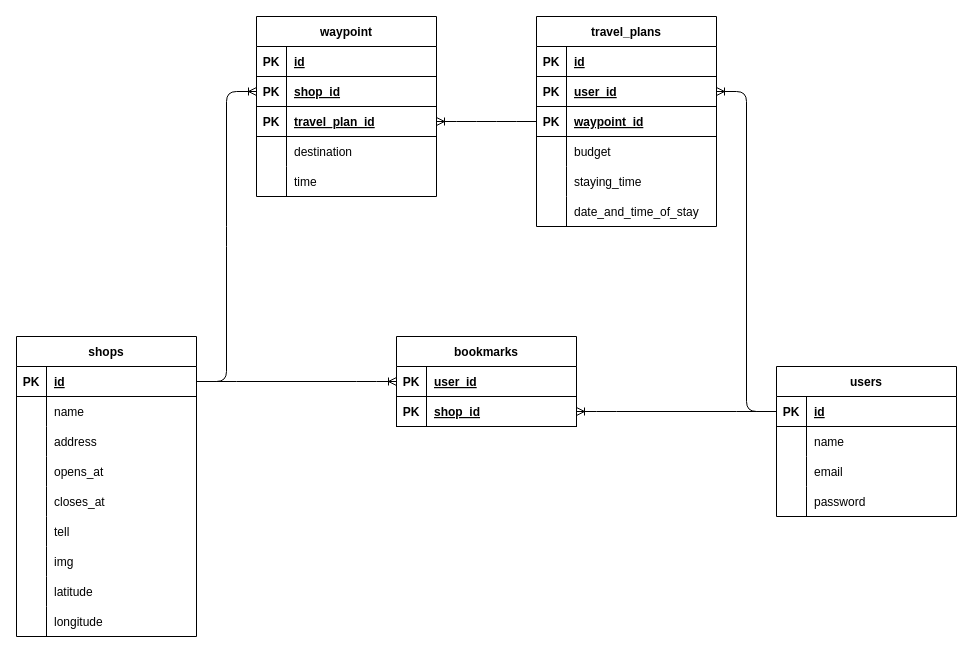
Above: cafe.drawio in vantan-production/25AutumnTechJam (draw.io), before the change. Source tidied: cells renumbered, new cells numbered last; positions are measured from the earlier drawing's top-left corner, leaving out a move shared by most shapes. Both pictures are drawn from the tidied source at 100%, with x=0, y=0 at pixel (16, 16).
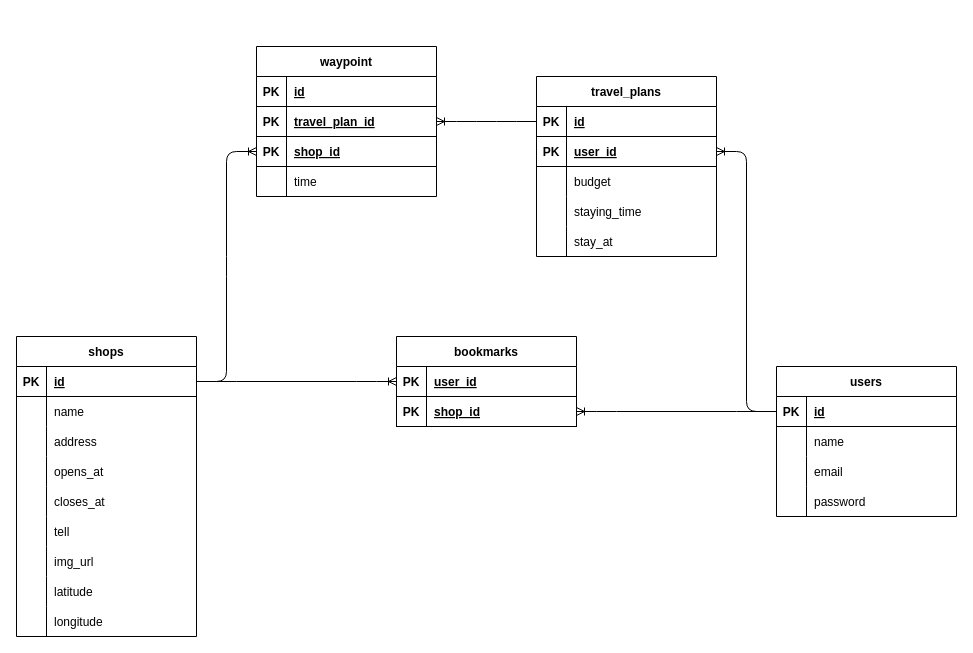
The same page after the edit.

Commit message:
refactor: ER図の一部修正

The change refers to these unchanged cells:
```xml
<mxCell id="44" style="shape=tableRow;horizontal=0;startSize=0;swimlaneHead=0;swimlaneBody=0;fillColor=none;top=0;left=0;right=0;bottom=0;" parent="25" vertex="1">
  <mxGeometry y="210" width="180" height="30" as="geometry" />
</mxCell>
<mxCell id="70" style="shape=tableRow;horizontal=0;startSize=0;swimlaneHead=0;swimlaneBody=0;fillColor=none;points=[[0,0.5],[1,0.5]];portConstraint=eastwest;top=0;left=0;right=0;bottom=1;" parent="69" vertex="1">
  <mxGeometry y="30" width="180" height="30" as="geometry" />
</mxCell>
```

Diff of the diagram source:
```diff
@@
     <mxCell id="2" value="waypoint" style="shape=table;startSize=30;childLayout=tableLayout;rowLines=0;fontStyle=1;align=center;" parent="1" vertex="1">
-      <mxGeometry x="240" width="180" height="180" as="geometry" />
+      <mxGeometry x="240" y="30" width="180" height="150" as="geometry" />
     </mxCell>
@@
+    <mxCell id="9" style="shape=tableRow;horizontal=0;startSize=0;swimlaneHead=0;swimlaneBody=0;fillColor=none;points=[[0,0.5],[1,0.5]];portConstraint=eastwest;top=0;left=0;right=0;bottom=1;" parent="2" vertex="1">
+      <mxGeometry y="60" width="180" height="30" as="geometry" />
+    </mxCell>
+    <mxCell id="10" value="PK" style="shape=partialRectangle;fillColor=none;top=0;left=0;bottom=0;right=0;fontStyle=1;overflow=hidden;" parent="9" vertex="1">
+      <mxGeometry width="30" height="30" as="geometry" />
+    </mxCell>
+    <mxCell id="11" value="travel_plan_id" style="shape=partialRectangle;fillColor=none;top=0;left=0;bottom=0;right=0;align=left;spacingLeft=6;fontStyle=5;overflow=hidden;" parent="9" vertex="1">
+      <mxGeometry x="30" width="150" height="30" as="geometry" />
+    </mxCell>
     <mxCell id="6" style="shape=tableRow;horizontal=0;startSize=0;swimlaneHead=0;swimlaneBody=0;fillColor=none;points=[[0,0.5],[1,0.5]];portConstraint=eastwest;top=0;left=0;right=0;bottom=1;" parent="2" vertex="1">
-      <mxGeometry y="60" width="180" height="30" as="geometry" />
+      <mxGeometry y="90" width="180" height="30" as="geometry" />
     </mxCell>
@@
-    <mxCell id="9" style="shape=tableRow;horizontal=0;startSize=0;swimlaneHead=0;swimlaneBody=0;fillColor=none;points=[[0,0.5],[1,0.5]];portConstraint=eastwest;top=0;left=0;right=0;bottom=1;" parent="2" vertex="1">
-      <mxGeometry y="90" width="180" height="30" as="geometry" />
-    </mxCell>
-    <mxCell id="10" value="PK" style="shape=partialRectangle;fillColor=none;top=0;left=0;bottom=0;right=0;fontStyle=1;overflow=hidden;" parent="9" vertex="1">
-      <mxGeometry width="30" height="30" as="geometry" />
-    </mxCell>
-    <mxCell id="11" value="travel_plan_id" style="shape=partialRectangle;fillColor=none;top=0;left=0;bottom=0;right=0;align=left;spacingLeft=6;fontStyle=5;overflow=hidden;" parent="9" vertex="1">
-      <mxGeometry x="30" width="150" height="30" as="geometry" />
-    </mxCell>
-    <mxCell id="12" style="shape=tableRow;horizontal=0;startSize=0;swimlaneHead=0;swimlaneBody=0;fillColor=none;top=0;left=0;right=0;bottom=0;" parent="2" vertex="1">
-      <mxGeometry y="120" width="180" height="30" as="geometry" />
-    </mxCell>
-    <mxCell id="13" style="shape=partialRectangle;fillColor=none;top=0;left=0;bottom=0;right=0;overflow=hidden;" parent="12" vertex="1">
-      <mxGeometry width="30" height="30" as="geometry" />
-    </mxCell>
-    <mxCell id="14" value="destination" style="shape=partialRectangle;fillColor=none;top=0;left=0;bottom=0;right=0;align=left;spacingLeft=6;overflow=hidden;" parent="12" vertex="1">
-      <mxGeometry x="30" width="150" height="30" as="geometry" />
-    </mxCell>
     <mxCell id="15" style="shape=tableRow;horizontal=0;startSize=0;swimlaneHead=0;swimlaneBody=0;fillColor=none;top=0;left=0;right=0;bottom=0;" parent="2" vertex="1">
-      <mxGeometry y="150" width="180" height="30" as="geometry" />
+      <mxGeometry y="120" width="180" height="30" as="geometry" />
     </mxCell>
@@
-    <mxCell id="46" value="img" style="shape=partialRectangle;fillColor=none;top=0;left=0;bottom=0;right=0;align=left;spacingLeft=6;overflow=hidden;" parent="44" vertex="1">
+    <mxCell id="46" value="img_url" style="shape=partialRectangle;fillColor=none;top=0;left=0;bottom=0;right=0;align=left;spacingLeft=6;overflow=hidden;" parent="44" vertex="1">
       <mxGeometry x="30" width="150" height="30" as="geometry" />
     </mxCell>
@@
     <mxCell id="69" value="travel_plans" style="shape=table;startSize=30;childLayout=tableLayout;rowLines=0;fontStyle=1;align=center;" parent="1" vertex="1">
-      <mxGeometry x="520" width="180" height="210" as="geometry" />
+      <mxGeometry x="520" y="60" width="180" height="180" as="geometry" />
     </mxCell>
@@
-    <mxCell id="76" style="shape=tableRow;horizontal=0;startSize=0;swimlaneHead=0;swimlaneBody=0;fillColor=none;points=[[0,0.5],[1,0.5]];portConstraint=eastwest;top=0;left=0;right=0;bottom=1;" parent="69" vertex="1">
-      <mxGeometry y="90" width="180" height="30" as="geometry" />
-    </mxCell>
-    <mxCell id="77" value="PK" style="shape=partialRectangle;fillColor=none;top=0;left=0;bottom=0;right=0;fontStyle=1;overflow=hidden;" parent="76" vertex="1">
-      <mxGeometry width="30" height="30" as="geometry" />
-    </mxCell>
-    <mxCell id="78" value="waypoint_id" style="shape=partialRectangle;fillColor=none;top=0;left=0;bottom=0;right=0;align=left;spacingLeft=6;fontStyle=5;overflow=hidden;" parent="76" vertex="1">
-      <mxGeometry x="30" width="150" height="30" as="geometry" />
-    </mxCell>
     <mxCell id="79" style="shape=tableRow;horizontal=0;startSize=0;swimlaneHead=0;swimlaneBody=0;fillColor=none;top=0;left=0;right=0;bottom=0;" parent="69" vertex="1">
-      <mxGeometry y="120" width="180" height="30" as="geometry" />
+      <mxGeometry y="90" width="180" height="30" as="geometry" />
     </mxCell>
@@
     <mxCell id="82" style="shape=tableRow;horizontal=0;startSize=0;swimlaneHead=0;swimlaneBody=0;fillColor=none;top=0;left=0;right=0;bottom=0;" parent="69" vertex="1">
-      <mxGeometry y="150" width="180" height="30" as="geometry" />
+      <mxGeometry y="120" width="180" height="30" as="geometry" />
     </mxCell>
@@
     <mxCell id="85" style="shape=tableRow;horizontal=0;startSize=0;swimlaneHead=0;swimlaneBody=0;fillColor=none;top=0;left=0;right=0;bottom=0;" parent="69" vertex="1">
-      <mxGeometry y="180" width="180" height="30" as="geometry" />
+      <mxGeometry y="150" width="180" height="30" as="geometry" />
     </mxCell>
@@
-    <mxCell id="87" value="date_and_time_of_stay" style="shape=partialRectangle;fillColor=none;top=0;left=0;bottom=0;right=0;align=left;spacingLeft=6;overflow=hidden;" parent="85" vertex="1">
+    <mxCell id="87" value="stay_at" style="shape=partialRectangle;fillColor=none;top=0;left=0;bottom=0;right=0;align=left;spacingLeft=6;overflow=hidden;" parent="85" vertex="1">
       <mxGeometry x="30" width="150" height="30" as="geometry" />
     </mxCell>
@@
-    <mxCell id="90" style="edgeStyle=entityRelationEdgeStyle;fontSize=12;html=1;endArrow=ERoneToMany;exitX=0;exitY=0.5;exitDx=0;exitDy=0;" parent="1" edge="1" source="76" target="9">
+    <mxCell id="90" style="edgeStyle=entityRelationEdgeStyle;fontSize=12;html=1;endArrow=ERoneToMany;exitX=0;exitY=0.5;exitDx=0;exitDy=0;" parent="1" edge="1" source="70" target="9">
       <mxGeometry relative="1" as="geometry" />
     </mxCell>
```
